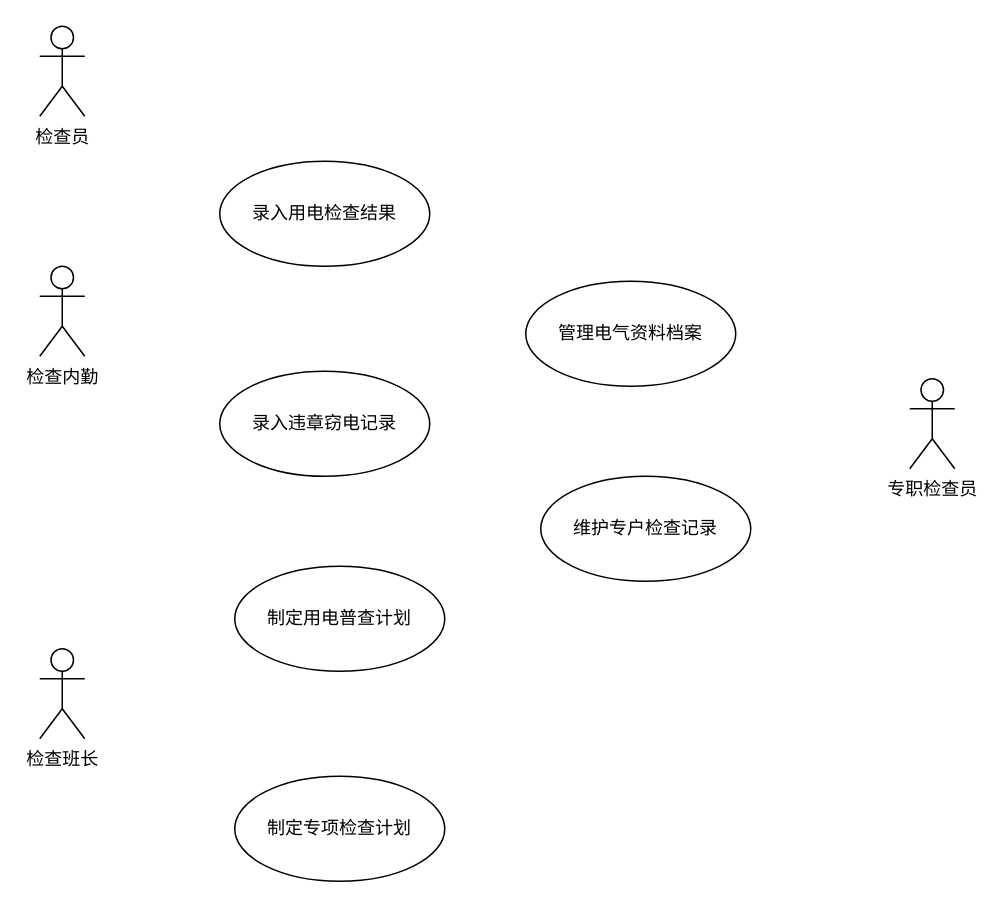
The draw.io diagram page "1.2.2.5-用电检查业务概要视图" (22 of 26) of 用户客户服务-业务概要视图.drawio in Riverfish1/test, before the edit. Source tidied: cells renumbered, new cells numbered last; positions are measured from the earlier drawing's top-left corner, leaving out a move shared by most shapes. Both pictures are drawn from the tidied source at 150%, with x=0, y=0 at pixel (39, 26).
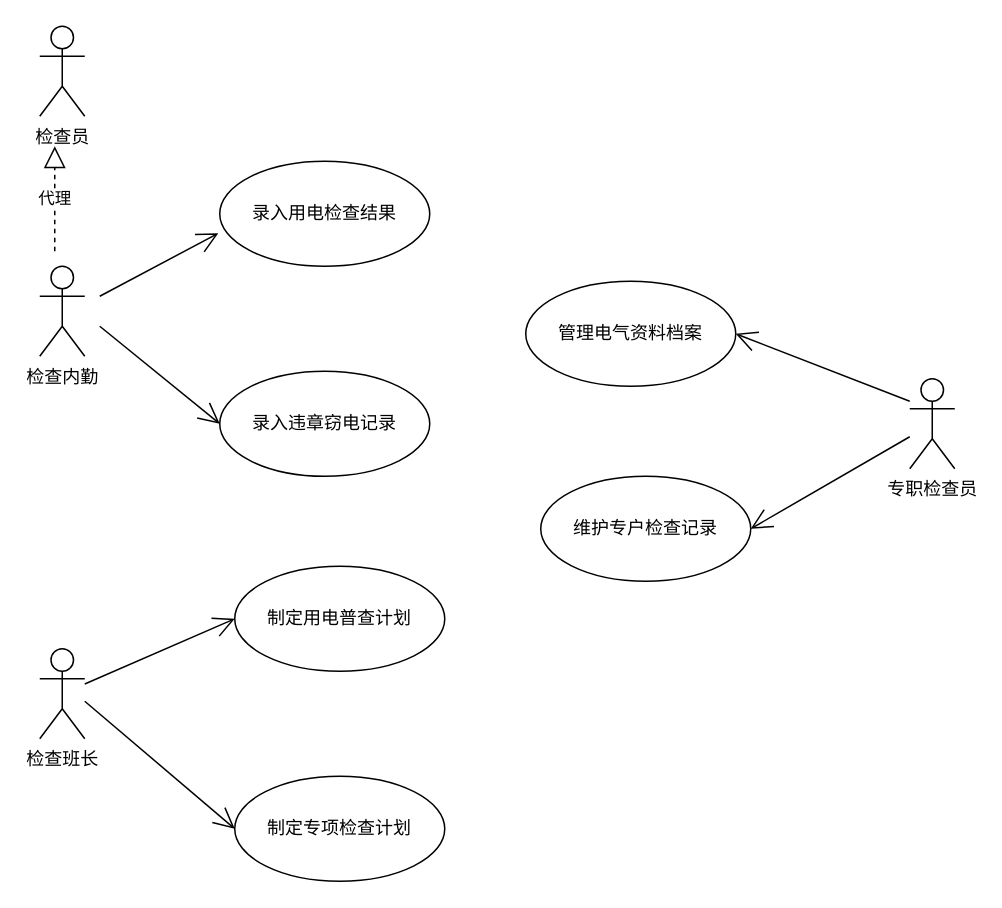
Above is the later version.

Commit message (it also covers changes not shown here):
更新用户客户服务-业务概要视图.drawio

Unchanged cells that the change refers to:
```xml
<mxCell id="4" value="检查班长" style="shape=umlActor;verticalLabelPosition=bottom;verticalAlign=top;html=1;" parent="1" vertex="1">
  <mxGeometry y="415" width="30" height="60" as="geometry" />
</mxCell>
<mxCell id="5" value="录入用电检查结果" style="ellipse;whiteSpace=wrap;html=1;" parent="1" vertex="1">
  <mxGeometry x="120" y="90" width="140" height="70" as="geometry" />
</mxCell>
<mxCell id="6" value="录入违章窃电记录" style="ellipse;whiteSpace=wrap;html=1;" parent="1" vertex="1">
  <mxGeometry x="120" y="230" width="140" height="70" as="geometry" />
</mxCell>
<mxCell id="7" value="制定用电普查计划" style="ellipse;whiteSpace=wrap;html=1;" parent="1" vertex="1">
  <mxGeometry x="130" y="360" width="140" height="70" as="geometry" />
</mxCell>
<mxCell id="8" value="制定专项检查计划" style="ellipse;whiteSpace=wrap;html=1;" parent="1" vertex="1">
  <mxGeometry x="130" y="500" width="140" height="70" as="geometry" />
</mxCell>
<mxCell id="9" value="管理电气资料档案" style="ellipse;whiteSpace=wrap;html=1;" parent="1" vertex="1">
  <mxGeometry x="324" y="170" width="140" height="70" as="geometry" />
</mxCell>
<mxCell id="10" value="维护专户检查记录" style="ellipse;whiteSpace=wrap;html=1;" parent="1" vertex="1">
  <mxGeometry x="334" y="300" width="140" height="70" as="geometry" />
</mxCell>
<mxCell id="11" value="专职检查员" style="shape=umlActor;verticalLabelPosition=bottom;verticalAlign=top;html=1;" parent="1" vertex="1">
  <mxGeometry x="580" y="235" width="30" height="60" as="geometry" />
</mxCell>
```

Diff of the diagram source:
```diff
@@
+    <mxCell id="12" value="代理" style="endArrow=block;dashed=1;endFill=0;endSize=12;html=1;" parent="1" edge="1">
+      <mxGeometry relative="1" as="geometry">
+        <mxPoint x="10" y="150" as="sourcePoint" />
+        <mxPoint x="10" y="80" as="targetPoint" />
+      </mxGeometry>
+    </mxCell>
+    <mxCell id="13" style="endArrow=open;endFill=1;endSize=12;html=1;entryX=-0.007;entryY=0.686;entryDx=0;entryDy=0;entryPerimeter=0;" parent="1" edge="1" target="5">
+      <mxGeometry relative="1" as="geometry">
+        <mxPoint x="40" y="180" as="sourcePoint" />
+      </mxGeometry>
+    </mxCell>
+    <mxCell id="14" style="endArrow=open;endFill=1;endSize=12;html=1;entryX=0;entryY=0.5;entryDx=0;entryDy=0;" parent="1" edge="1" target="6">
+      <mxGeometry relative="1" as="geometry">
+        <mxPoint x="40" y="200" as="sourcePoint" />
+      </mxGeometry>
+    </mxCell>
+    <mxCell id="15" style="endArrow=open;endFill=1;endSize=12;html=1;entryX=0;entryY=0.5;entryDx=0;entryDy=0;" parent="1" edge="1" source="4" target="7">
+      <mxGeometry relative="1" as="geometry" />
+    </mxCell>
+    <mxCell id="16" style="endArrow=open;endFill=1;endSize=12;html=1;entryX=0;entryY=0.5;entryDx=0;entryDy=0;" parent="1" edge="1" target="8">
+      <mxGeometry relative="1" as="geometry">
+        <mxPoint x="30" y="450" as="sourcePoint" />
+      </mxGeometry>
+    </mxCell>
+    <mxCell id="17" style="endArrow=open;endFill=1;endSize=12;html=1;entryX=1;entryY=0.5;entryDx=0;entryDy=0;" parent="1" edge="1" target="9">
+      <mxGeometry relative="1" as="geometry">
+        <mxPoint x="580" y="250" as="sourcePoint" />
+      </mxGeometry>
+    </mxCell>
+    <mxCell id="18" style="endArrow=open;endFill=1;endSize=12;html=1;entryX=1;entryY=0.5;entryDx=0;entryDy=0;" parent="1" edge="1" source="11" target="10">
+      <mxGeometry relative="1" as="geometry" />
+    </mxCell>
```
